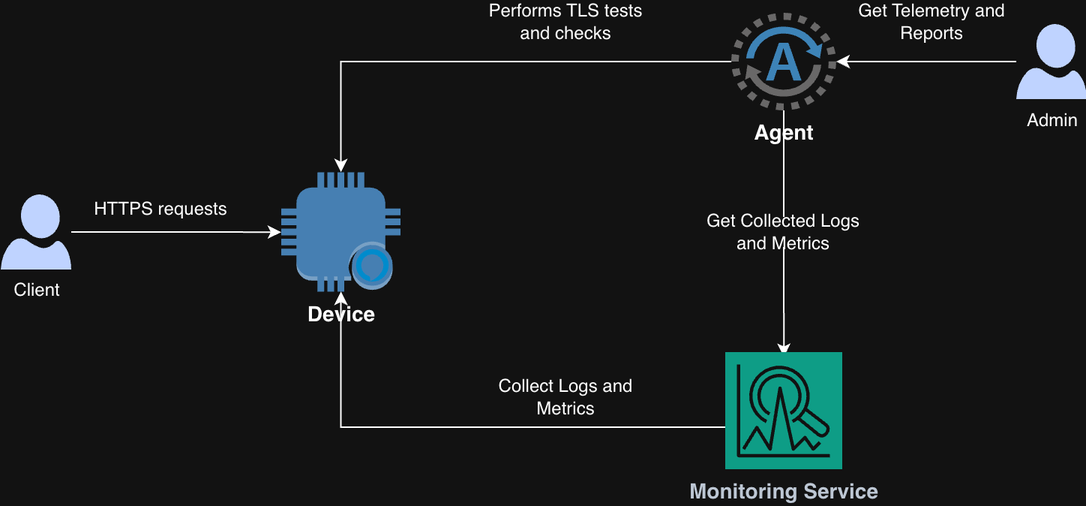
The draw.io diagram img/PQC3.drawio.png in tmmuniz/pqc-tls-agility-telemetry, before a commit. Source tidied: cells renumbered, new cells last; positions are measured from the earlier drawing's top-left corner, leaving out a move shared by most shapes.
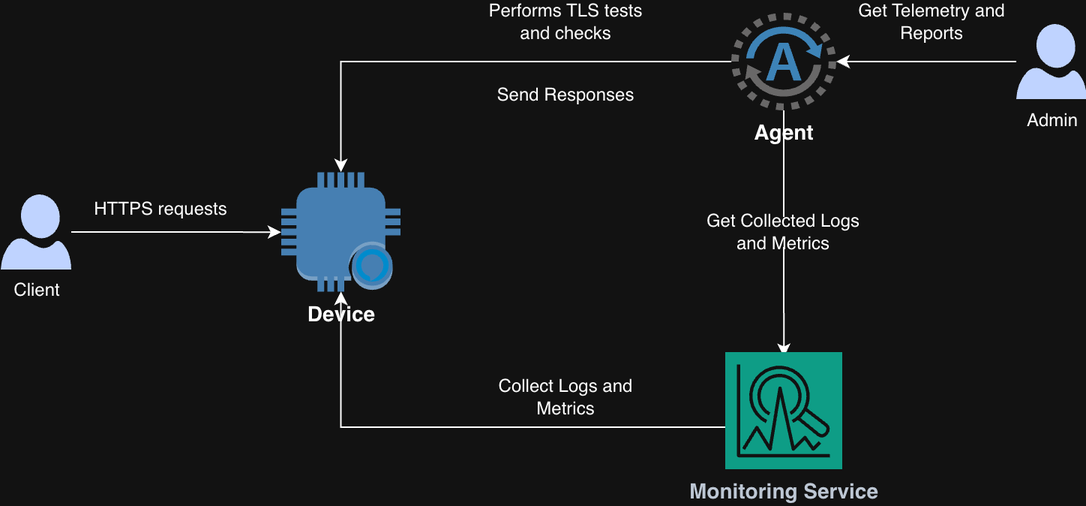
The same file after the commit.

Change to the diagram source:
```diff
@@ -49,5 +49,8 @@
     <mxCell id="16" value="Get Telemetry and Reports" style="rounded=0;whiteSpace=wrap;html=1;strokeColor=none;" parent="1" vertex="1">
       <mxGeometry x="561" width="120" height="20" as="geometry" />
     </mxCell>
+    <mxCell id="17" value="Send Responses" style="rounded=0;whiteSpace=wrap;html=1;strokeColor=none;" parent="1" vertex="1">
+      <mxGeometry x="317" y="49" width="120" height="20" as="geometry" />
+    </mxCell>
   </root>
 </mxGraphModel>
```
